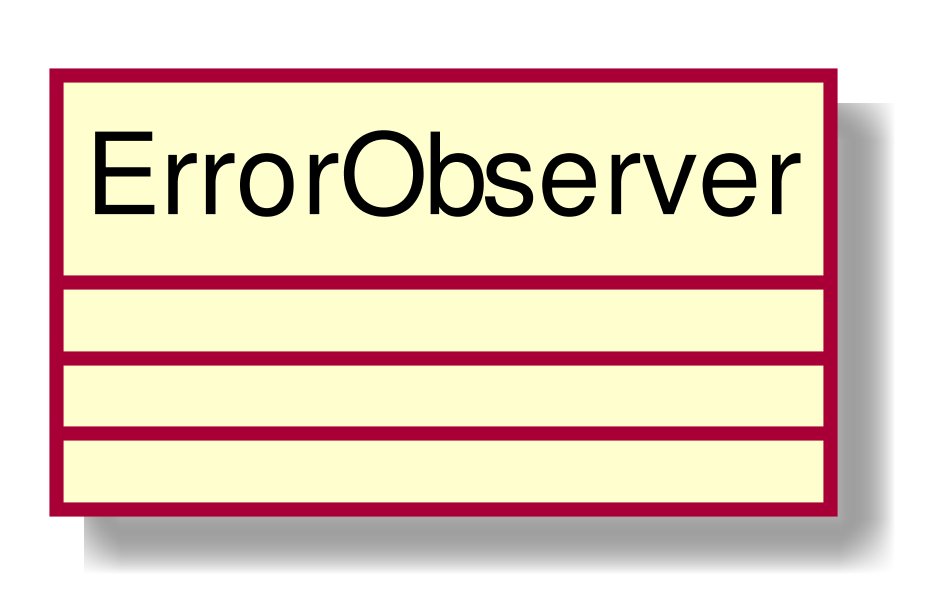
CoCodeSWE/Docs keeps this PlantUML diagram as RP/Esterni/DefinizioneDiProdotto/images/ClassErrorObserver.png. Above is the earlier version. The source it was exported from:
```plantuml
@startuml
scale 1000*1000
skinparam classAttributeIconSize 0
class ErrorObserver{
__
__

}
hide circle
@enduml
```
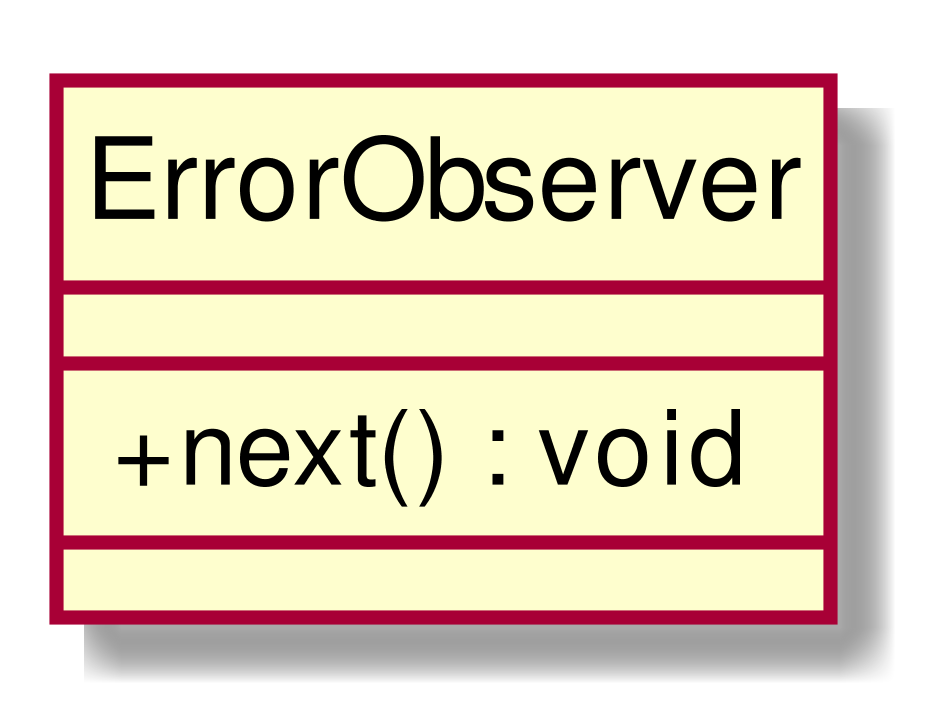
Later version of the same file.

What changed in the source:
```diff
@@ -3,6 +3,7 @@
 skinparam classAttributeIconSize 0
 class ErrorObserver{
 __
++ next() : void
 __
 
 }
```
